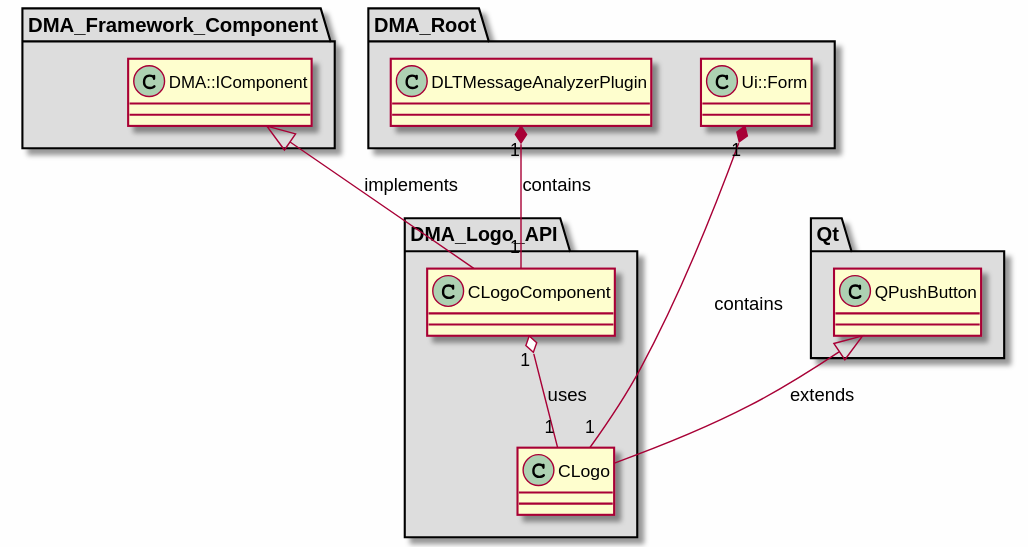
Earlier version of the PlantUML export md/dev_docs/puml/DMA_Logo_API.svg (svlad-90/DLT-Message-Analyzer).
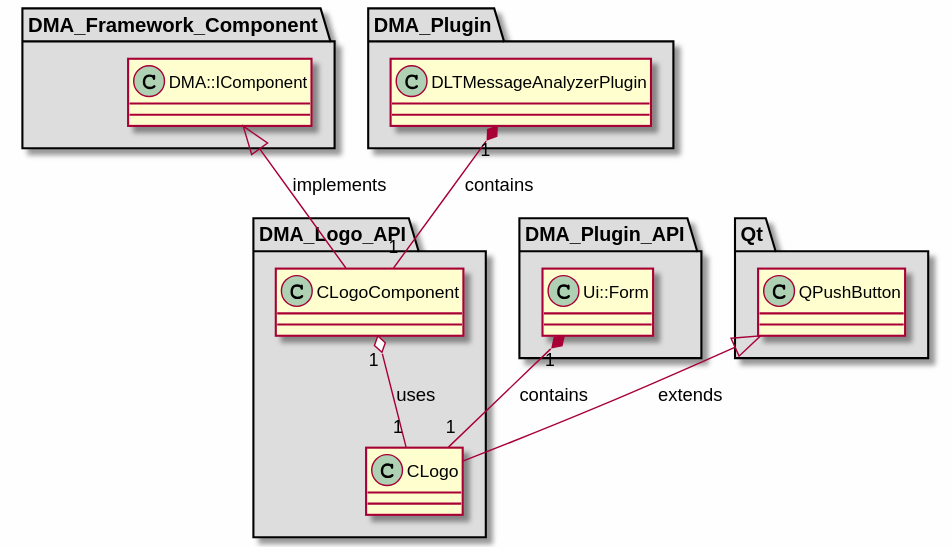
The same diagram one commit later.

The edit, as a diff of the source:
```diff
@@ -24,12 +24,17 @@
 
 }
 
-package "DMA_Root" #DDDDDD
+package "DMA_Plugin" #DDDDDD
 {
 
 class "DLTMessageAnalyzerPlugin"
 {
 }
+
+}
+
+package "DMA_Plugin_API" #DDDDDD
+{
 
 class "Ui::Form"
 {
```
